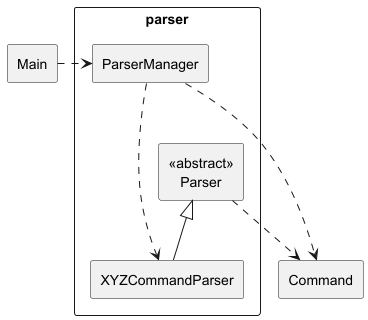
The PlantUML diagram docs/images/ParserClassDiagram.png in jemehgoh/tp, before a commit. The source it was exported from:
```plantuml
@startuml

rectangle "parser" {
    rectangle "<<abstract>>\n   Parser"
    rectangle "ParserManager"
    rectangle "XYZCommandParser"
}

rectangle Main
rectangle Command

Main .> ParserManager

"<<abstract>>\n   Parser" ..> Command
"<<abstract>>\n   Parser" <|-- "XYZCommandParser"
ParserManager ...> Command
ParserManager ...> XYZCommandParser

@enduml
```
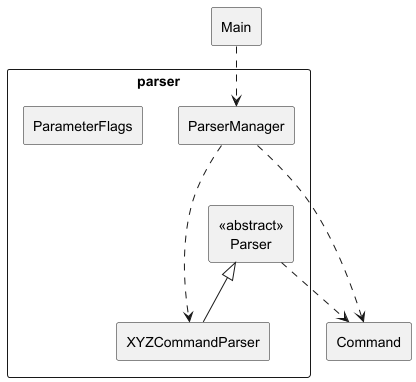
Later version of the same file.

Commit message:
Update developer guide to include ParameterFlags class

What changed in the source:
```diff
@@ -4,12 +4,13 @@
     rectangle "<<abstract>>\n   Parser"
     rectangle "ParserManager"
     rectangle "XYZCommandParser"
+    rectangle "ParameterFlags"
 }
 
 rectangle Main
 rectangle Command
 
-Main .> ParserManager
+Main ..> ParserManager
 
 "<<abstract>>\n   Parser" ..> Command
 "<<abstract>>\n   Parser" <|-- "XYZCommandParser"
```
